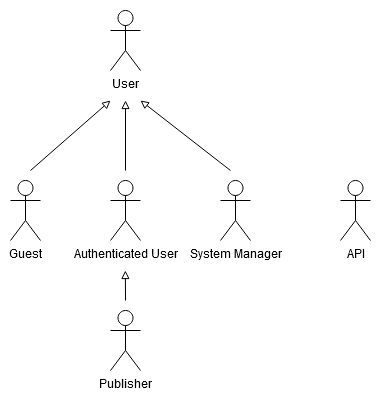
Above: img/actors.png in biam05/lbaw-feup (draw.io), before the change. Source tidied: cells renumbered, new cells last; positions are measured from the earlier drawing's top-left corner, leaving out a move shared by most shapes.
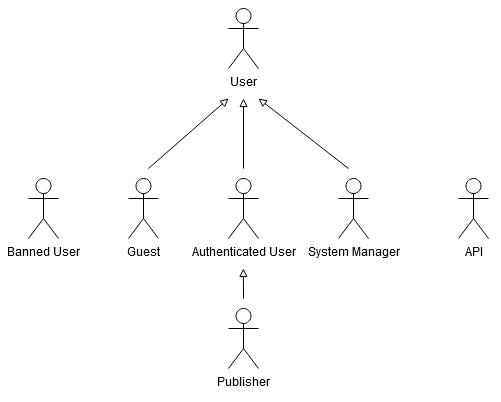
The same file after the commit.

Commit message:
updated actors diagram

What changed in the source:
```diff
@@ -44,5 +44,8 @@
     <mxCell id="11" value="API" style="shape=umlActor;verticalLabelPosition=bottom;verticalAlign=top;html=1;" parent="1" vertex="1">
       <mxGeometry x="330" y="170" width="30" height="60" as="geometry" />
     </mxCell>
+    <mxCell id="12" value="Banned User" style="shape=umlActor;verticalLabelPosition=bottom;verticalAlign=top;html=1;" parent="1" vertex="1">
+      <mxGeometry x="-100" y="170" width="30" height="60" as="geometry" />
+    </mxCell>
   </root>
 </mxGraphModel>
```
